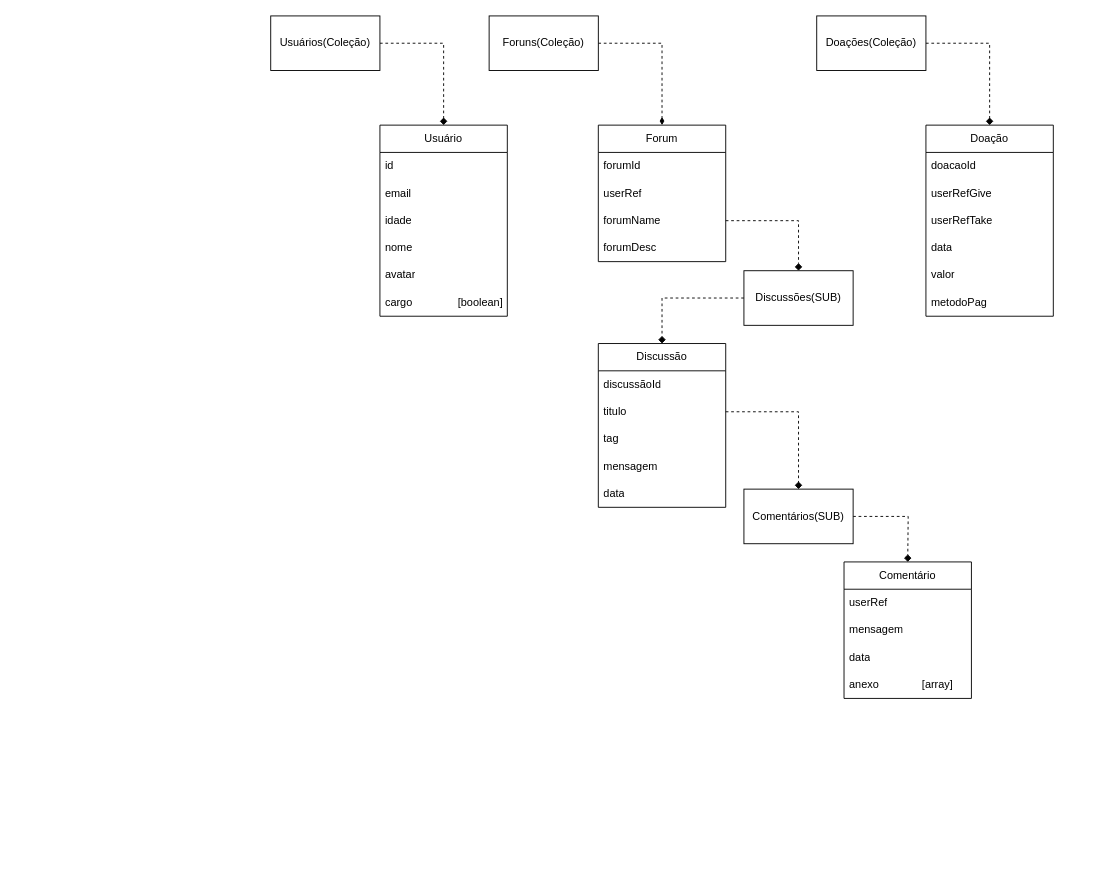
o0Junny0o/Nanni-Community keeps this draw.io diagram as BD/DiagramaBanco.drawio. Above is the earlier version. Source tidied: cells renumbered, new cells numbered last; positions are measured from the earlier drawing's top-left corner, leaving out a move shared by most shapes. Both pictures are drawn from the tidied source at 91%, with x=0, y=0 at pixel (270, 15).
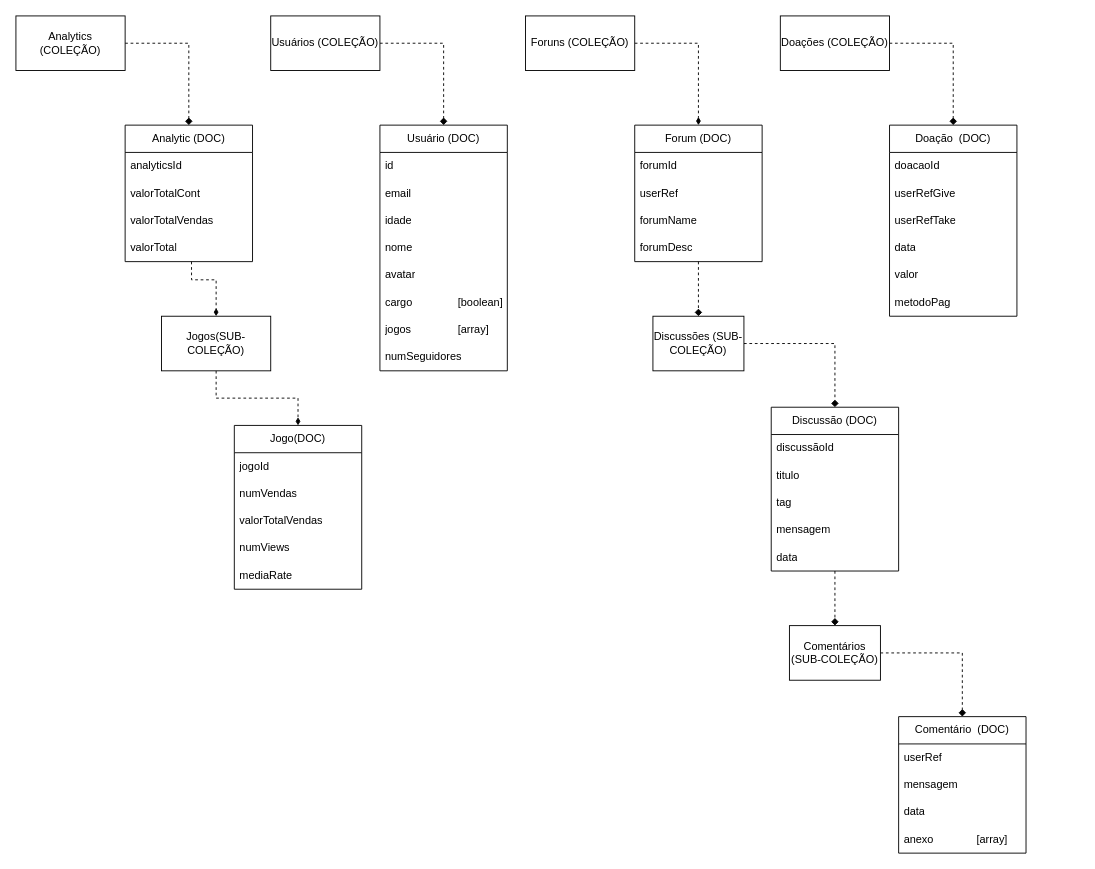
After the change.

Commit message (it also covers changes not shown here):
🔼 Atualização no banco de dados

Adição da linha "jogos" do tipo array na coleção usuários

Unchanged cells that the change refers to:
```xml
<mxCell id="12" value="forumName" style="text;strokeColor=none;fillColor=none;align=left;verticalAlign=middle;spacingLeft=4;spacingRight=4;overflow=hidden;points=[[0,0.5],[1,0.5]];portConstraint=eastwest;whiteSpace=wrap;html=1;" parent="9" vertex="1">
  <mxGeometry y="90" width="140" height="30" as="geometry" />
</mxCell>
<mxCell id="19" value="titulo" style="text;strokeColor=none;fillColor=none;align=left;verticalAlign=middle;spacingLeft=4;spacingRight=4;overflow=hidden;points=[[0,0.5],[1,0.5]];portConstraint=eastwest;whiteSpace=wrap;html=1;" parent="17" vertex="1">
  <mxGeometry y="60" width="140" height="30" as="geometry" />
</mxCell>
```

What changed in the source:
```diff
@@
-<mxGraphModel>
+<mxGraphModel background="#ffffff">
@@
-    <mxCell id="2" value="Usuário" style="swimlane;fontStyle=0;horizontal=1;startSize=30;whiteSpace=wrap;html=1;" parent="1" vertex="1">
-      <mxGeometry x="120" y="120" width="140" height="210" as="geometry" />
+    <mxCell id="2" value="Usuário (DOC)" style="swimlane;fontStyle=0;horizontal=1;startSize=30;whiteSpace=wrap;html=1;" parent="1" vertex="1">
+      <mxGeometry x="120" y="120" width="140" height="270" as="geometry" />
     </mxCell>
@@
+    <mxCell id="45" value="jogos&lt;span style=&quot;white-space: pre;&quot;&gt;&#9;&lt;/span&gt;&lt;span style=&quot;white-space: pre;&quot;&gt;&#9;&lt;/span&gt;[array&lt;span style=&quot;background-color: transparent; color: light-dark(rgb(0, 0, 0), rgb(255, 255, 255));&quot;&gt;]&lt;/span&gt;" style="text;strokeColor=none;fillColor=none;align=left;verticalAlign=middle;spacingLeft=4;spacingRight=4;overflow=hidden;whiteSpace=wrap;html=1;" parent="2" vertex="1">
+      <mxGeometry y="210" width="140" height="30" as="geometry" />
+    </mxCell>
+    <mxCell id="46" value="numSeguidores" style="text;strokeColor=none;fillColor=none;align=left;verticalAlign=middle;spacingLeft=4;spacingRight=4;overflow=hidden;whiteSpace=wrap;html=1;" parent="2" vertex="1">
+      <mxGeometry y="240" width="140" height="30" as="geometry" />
+    </mxCell>
+    <mxCell id="47" style="edgeStyle=orthogonalEdgeStyle;rounded=0;jettySize=auto;html=1;entryX=0.5;entryY=0;entryDx=0;entryDy=0;dashed=1;endArrow=diamond;endFill=1;" parent="1" edge="1" source="9" target="15">
+      <mxGeometry relative="1" as="geometry" />
+    </mxCell>
-    <mxCell id="9" value="Forum" style="swimlane;fontStyle=0;horizontal=1;startSize=30;whiteSpace=wrap;html=1;" parent="1" vertex="1">
-      <mxGeometry x="360" y="120" width="140" height="150" as="geometry" />
+    <mxCell id="9" value="Forum (DOC)" style="swimlane;fontStyle=0;horizontal=1;startSize=30;whiteSpace=wrap;html=1;" parent="1" vertex="1">
+      <mxGeometry x="400" y="120" width="140" height="150" as="geometry" />
     </mxCell>
@@
-    <mxCell id="14" style="edgeStyle=orthogonalEdgeStyle;rounded=0;jettySize=auto;html=1;exitX=0;exitY=0.5;exitDx=0;exitDy=0;entryX=0.5;entryY=0;entryDx=0;entryDy=0;dashed=1;endArrow=diamond;endFill=1;" parent="1" edge="1" source="15" target="17">
+    <mxCell id="14" style="edgeStyle=orthogonalEdgeStyle;rounded=0;jettySize=auto;html=1;exitX=1;exitY=0.5;exitDx=0;exitDy=0;dashed=1;endArrow=diamond;endFill=1;" parent="1" edge="1" source="15" target="17">
       <mxGeometry relative="1" as="geometry" />
     </mxCell>
-    <mxCell id="15" value="Discussões(SUB)" style="rounded=0;whiteSpace=wrap;html=1;" parent="1" vertex="1">
-      <mxGeometry x="520" y="280" width="120" height="60" as="geometry" />
+    <mxCell id="15" value="Discussões (SUB-COLEÇÃO)" style="rounded=0;whiteSpace=wrap;html=1;" parent="1" vertex="1">
+      <mxGeometry x="420" y="330" width="100" height="60" as="geometry" />
     </mxCell>
-    <mxCell id="16" style="edgeStyle=orthogonalEdgeStyle;rounded=0;jettySize=auto;html=1;exitX=1;exitY=0.5;exitDx=0;exitDy=0;entryX=0.5;entryY=0;entryDx=0;entryDy=0;dashed=1;endArrow=diamond;endFill=1;" parent="1" edge="1" source="12" target="15">
-      <mxGeometry relative="1" as="geometry" />
-    </mxCell>
+    <mxCell id="48" style="edgeStyle=orthogonalEdgeStyle;rounded=0;jettySize=auto;html=1;dashed=1;endArrow=diamond;endFill=1;" parent="1" edge="1" source="17" target="25">
+      <mxGeometry relative="1" as="geometry" />
+    </mxCell>
-    <mxCell id="17" value="Discussão" style="swimlane;fontStyle=0;horizontal=1;startSize=30;whiteSpace=wrap;html=1;" parent="1" vertex="1">
-      <mxGeometry x="360" y="360" width="140" height="180" as="geometry" />
+    <mxCell id="17" value="Discussão&amp;nbsp;(DOC)" style="swimlane;fontStyle=0;horizontal=1;startSize=30;whiteSpace=wrap;html=1;" parent="1" vertex="1">
+      <mxGeometry x="550" y="430" width="140" height="180" as="geometry" />
     </mxCell>
@@
     <mxCell id="23" style="edgeStyle=orthogonalEdgeStyle;rounded=0;jettySize=auto;html=1;exitX=1;exitY=0.5;exitDx=0;exitDy=0;entryX=0.5;entryY=0;entryDx=0;entryDy=0;strokeColor=none;dashed=1;endArrow=diamond;endFill=1;" parent="1" edge="1" source="25">
       <mxGeometry relative="1" as="geometry">
-        <mxPoint x="700" y="600" as="targetPoint" />
+        <mxPoint x="880" y="690" as="targetPoint" />
       </mxGeometry>
     </mxCell>
-    <mxCell id="24" style="edgeStyle=orthogonalEdgeStyle;rounded=0;jettySize=auto;html=1;exitX=1;exitY=0.5;exitDx=0;exitDy=0;entryX=0.5;entryY=0;entryDx=0;entryDy=0;dashed=1;endArrow=diamond;endFill=1;" parent="1" edge="1" source="25">
-      <mxGeometry relative="1" as="geometry">
-        <mxPoint x="700" y="600" as="targetPoint" />
-      </mxGeometry>
-    </mxCell>
+    <mxCell id="49" style="edgeStyle=orthogonalEdgeStyle;rounded=0;jettySize=auto;html=1;exitX=1;exitY=0.5;exitDx=0;exitDy=0;entryX=0.5;entryY=0;entryDx=0;entryDy=0;dashed=1;endArrow=diamond;endFill=1;" parent="1" edge="1" source="25" target="27">
+      <mxGeometry relative="1" as="geometry" />
+    </mxCell>
-    <mxCell id="25" value="Comentários(SUB)" style="rounded=0;whiteSpace=wrap;html=1;" parent="1" vertex="1">
-      <mxGeometry x="520" y="520" width="120" height="60" as="geometry" />
+    <mxCell id="25" value="Comentários (SUB-COLEÇÃO)" style="rounded=0;whiteSpace=wrap;html=1;" parent="1" vertex="1">
+      <mxGeometry x="570" y="670" width="100" height="60" as="geometry" />
     </mxCell>
-    <mxCell id="26" style="edgeStyle=orthogonalEdgeStyle;rounded=0;jettySize=auto;html=1;exitX=1;exitY=0.5;exitDx=0;exitDy=0;entryX=0.5;entryY=0;entryDx=0;entryDy=0;dashed=1;endArrow=diamond;endFill=1;" parent="1" edge="1" source="19" target="25">
-      <mxGeometry relative="1" as="geometry" />
-    </mxCell>
-    <mxCell id="27" value="Comentário" style="swimlane;fontStyle=0;horizontal=1;startSize=30;whiteSpace=wrap;html=1;" parent="1" vertex="1">
-      <mxGeometry x="630" y="600" width="140" height="150" as="geometry" />
+    <mxCell id="27" value="Comentário&amp;nbsp;&amp;nbsp;(DOC)" style="swimlane;fontStyle=0;horizontal=1;startSize=30;whiteSpace=wrap;html=1;" parent="1" vertex="1">
+      <mxGeometry x="690" y="770" width="140" height="150" as="geometry" />
     </mxCell>
@@
-    <mxCell id="32" value="Doação" style="swimlane;fontStyle=0;horizontal=1;startSize=30;whiteSpace=wrap;html=1;" parent="1" vertex="1">
-      <mxGeometry x="720" y="120" width="140" height="210" as="geometry" />
+    <mxCell id="32" value="Doação&amp;nbsp;&amp;nbsp;(DOC)" style="swimlane;fontStyle=0;horizontal=1;startSize=30;whiteSpace=wrap;html=1;" parent="1" vertex="1">
+      <mxGeometry x="680" y="120" width="140" height="210" as="geometry" />
     </mxCell>
@@
-    <mxCell id="40" value="Usuários(Coleção)" style="rounded=0;whiteSpace=wrap;html=1;" parent="1" vertex="1">
+    <mxCell id="40" value="Usuários (COLEÇÃO)" style="rounded=0;whiteSpace=wrap;html=1;" parent="1" vertex="1">
       <mxGeometry width="120" height="60" as="geometry" />
     </mxCell>
@@
-    <mxCell id="42" value="Foruns(Coleção)" style="rounded=0;whiteSpace=wrap;html=1;" parent="1" vertex="1">
-      <mxGeometry x="240" width="120" height="60" as="geometry" />
+    <mxCell id="42" value="Foruns (COLEÇÃO)" style="rounded=0;whiteSpace=wrap;html=1;" parent="1" vertex="1">
+      <mxGeometry x="280" width="120" height="60" as="geometry" />
     </mxCell>
@@
-    <mxCell id="44" value="Doações(Coleção)" style="rounded=0;whiteSpace=wrap;html=1;" parent="1" vertex="1">
-      <mxGeometry x="600" width="120" height="60" as="geometry" />
+    <mxCell id="44" value="Doações (COLEÇÃO)" style="rounded=0;whiteSpace=wrap;html=1;" parent="1" vertex="1">
+      <mxGeometry x="560" width="120" height="60" as="geometry" />
     </mxCell>
+    <mxCell id="50" style="edgeStyle=orthogonalEdgeStyle;rounded=0;jettySize=auto;html=1;exitX=1;exitY=0.5;exitDx=0;exitDy=0;entryX=0.5;entryY=0;entryDx=0;entryDy=0;dashed=1;endArrow=diamond;endFill=1;" parent="1" edge="1" source="51" target="52">
+      <mxGeometry relative="1" as="geometry" />
+    </mxCell>
+    <mxCell id="51" value="Analytics (COLEÇÃO)" style="rounded=0;whiteSpace=wrap;html=1;" parent="1" vertex="1">
+      <mxGeometry x="-280" width="120" height="60" as="geometry" />
+    </mxCell>
+    <mxCell id="52" value="Analytic (DOC)" style="swimlane;fontStyle=0;horizontal=1;startSize=30;whiteSpace=wrap;html=1;" parent="1" vertex="1">
+      <mxGeometry x="-160" y="120" width="140" height="150" as="geometry" />
+    </mxCell>
+    <mxCell id="53" value="analyticsId" style="text;strokeColor=none;fillColor=none;align=left;verticalAlign=middle;spacingLeft=4;spacingRight=4;overflow=hidden;whiteSpace=wrap;html=1;" parent="52" vertex="1">
+      <mxGeometry y="30" width="140" height="30" as="geometry" />
+    </mxCell>
+    <mxCell id="54" value="valorTotalCont" style="text;strokeColor=none;fillColor=none;align=left;verticalAlign=middle;spacingLeft=4;spacingRight=4;overflow=hidden;whiteSpace=wrap;html=1;" parent="52" vertex="1">
+      <mxGeometry y="60" width="140" height="30" as="geometry" />
+    </mxCell>
+    <mxCell id="55" value="valorTotalVendas" style="text;strokeColor=none;fillColor=none;align=left;verticalAlign=middle;spacingLeft=4;spacingRight=4;overflow=hidden;whiteSpace=wrap;html=1;" parent="52" vertex="1">
+      <mxGeometry y="90" width="140" height="30" as="geometry" />
+    </mxCell>
+    <mxCell id="56" value="valorTotal" style="text;strokeColor=none;fillColor=none;align=left;verticalAlign=middle;spacingLeft=4;spacingRight=4;overflow=hidden;points=[[0,0.5],[1,0.5]];portConstraint=eastwest;whiteSpace=wrap;html=1;" parent="52" vertex="1">
+      <mxGeometry y="120" width="140" height="30" as="geometry" />
+    </mxCell>
+    <mxCell id="57" value="Jogo(DOC)" style="swimlane;fontStyle=0;horizontal=1;startSize=30;whiteSpace=wrap;html=1;" parent="1" vertex="1">
+      <mxGeometry x="-40" y="450" width="140" height="180" as="geometry" />
+    </mxCell>
+    <mxCell id="58" value="jogoId" style="text;strokeColor=none;fillColor=none;align=left;verticalAlign=middle;spacingLeft=4;spacingRight=4;overflow=hidden;whiteSpace=wrap;html=1;" parent="57" vertex="1">
+      <mxGeometry y="30" width="140" height="30" as="geometry" />
+    </mxCell>
+    <mxCell id="59" value="numVendas" style="text;strokeColor=none;fillColor=none;align=left;verticalAlign=middle;spacingLeft=4;spacingRight=4;overflow=hidden;whiteSpace=wrap;html=1;" parent="57" vertex="1">
+      <mxGeometry y="60" width="140" height="30" as="geometry" />
+    </mxCell>
+    <mxCell id="60" value="valorTotalVendas" style="text;strokeColor=none;fillColor=none;align=left;verticalAlign=middle;spacingLeft=4;spacingRight=4;overflow=hidden;whiteSpace=wrap;html=1;" parent="57" vertex="1">
+      <mxGeometry y="90" width="140" height="30" as="geometry" />
+    </mxCell>
+    <mxCell id="61" value="numViews" style="text;strokeColor=none;fillColor=none;align=left;verticalAlign=middle;spacingLeft=4;spacingRight=4;overflow=hidden;whiteSpace=wrap;html=1;" parent="57" vertex="1">
+      <mxGeometry y="120" width="140" height="30" as="geometry" />
+    </mxCell>
+    <mxCell id="62" value="mediaRate" style="text;strokeColor=none;fillColor=none;align=left;verticalAlign=middle;spacingLeft=4;spacingRight=4;overflow=hidden;whiteSpace=wrap;html=1;" parent="57" vertex="1">
+      <mxGeometry y="150" width="140" height="30" as="geometry" />
+    </mxCell>
+    <mxCell id="63" style="edgeStyle=orthogonalEdgeStyle;rounded=0;jettySize=auto;html=1;exitX=0.5;exitY=1;exitDx=0;exitDy=0;dashed=1;endArrow=diamondThin;endFill=1;" parent="1" edge="1" source="64" target="57">
+      <mxGeometry relative="1" as="geometry" />
+    </mxCell>
+    <mxCell id="64" value="Jogos(SUB-COLEÇÃO)" style="rounded=0;whiteSpace=wrap;html=1;" parent="1" vertex="1">
+      <mxGeometry x="-120" y="330" width="120" height="60" as="geometry" />
+    </mxCell>
+    <mxCell id="65" style="endArrow=diamondThin;html=1;rounded=0;entryX=0.5;entryY=0;entryDx=0;entryDy=0;exitX=0.521;exitY=1;exitDx=0;exitDy=0;exitPerimeter=0;dashed=1;endFill=1;" parent="1" edge="1" source="56" target="64">
+      <mxGeometry relative="1" as="geometry">
+        <Array as="points">
+          <mxPoint x="-87" y="290" />
+          <mxPoint x="-60" y="290" />
+        </Array>
+      </mxGeometry>
+    </mxCell>
```
